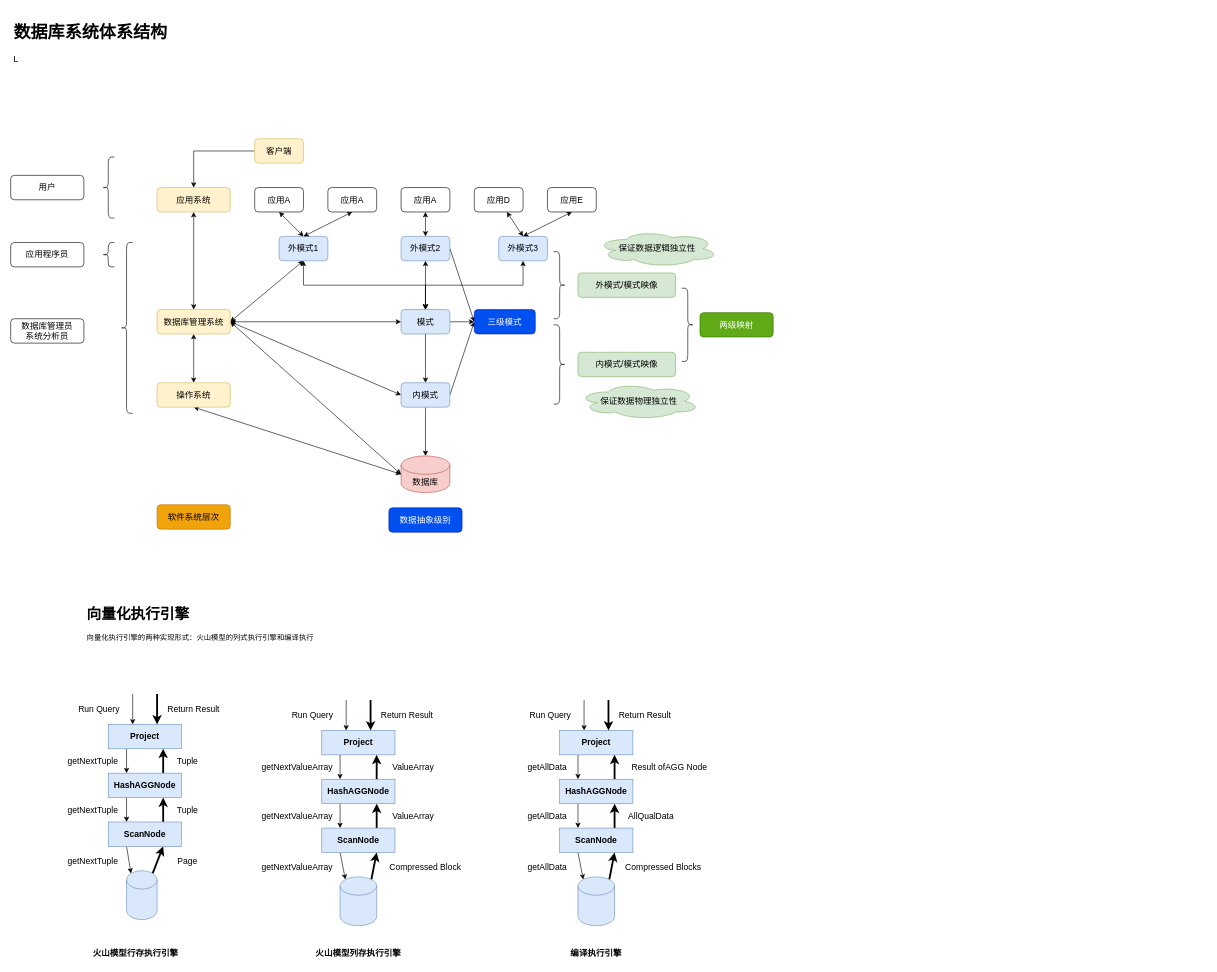
The draw.io diagram page "理论基础" (1 of 10) of Draw.io/DB.drawio in DepInjoy/geektime, before the edit. Source tidied: cells renumbered, new cells numbered last; positions are measured from the earlier drawing's top-left corner, leaving out a move shared by most shapes. Both pictures are drawn from the tidied source at 61%, with x=0, y=0 at pixel (10, 16).
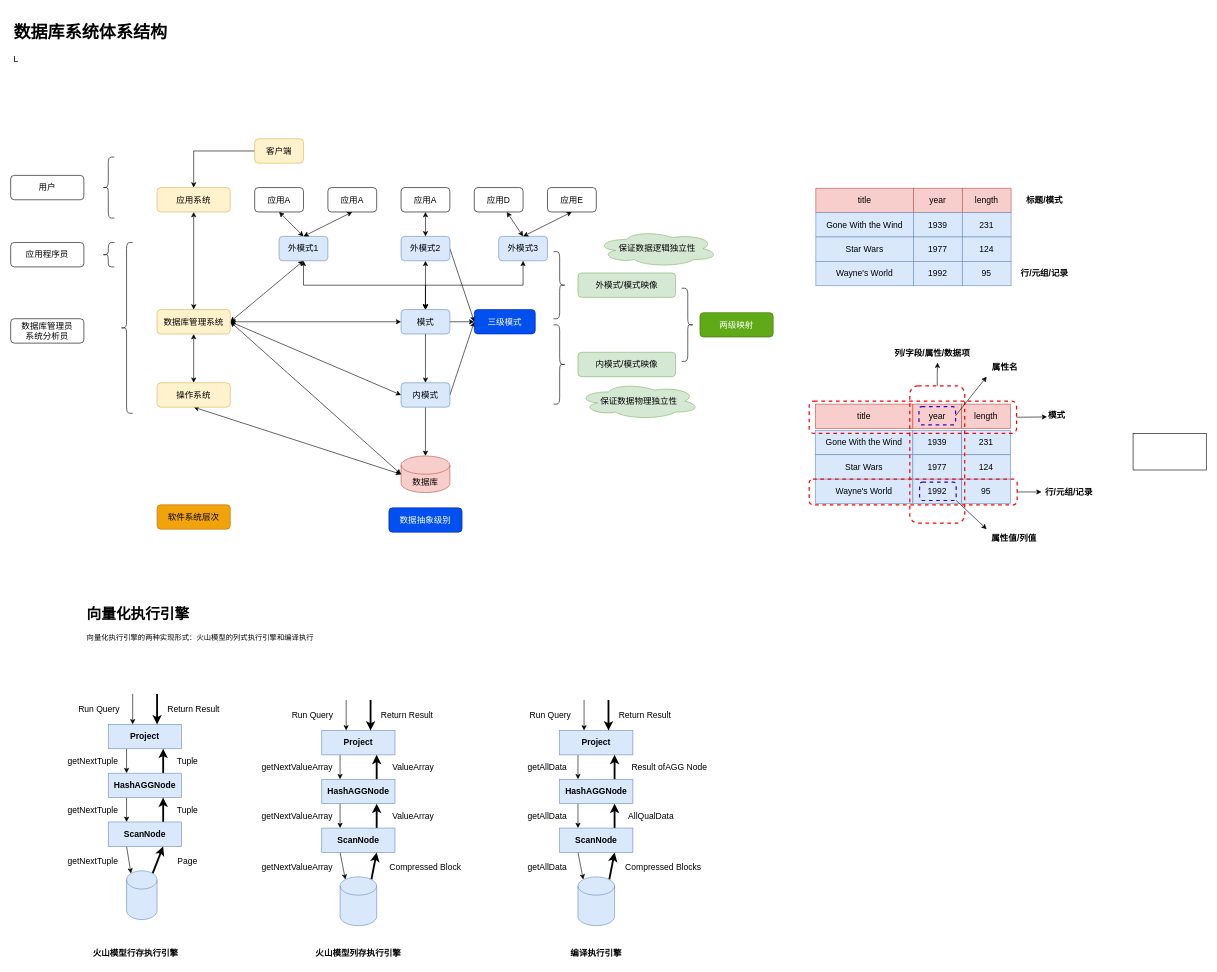
After the change.

Commit message:
关系数据模型示例

What changed in the source:
```diff
@@
+    <mxCell id="120" value="&lt;font style=&quot;font-size: 14px;&quot;&gt;title&lt;/font&gt;" style="rounded=0;whiteSpace=wrap;html=1;fillColor=#f8cecc;strokeColor=#b85450;" parent="1" vertex="1">
+      <mxGeometry x="1320" y="281" width="160" height="40" as="geometry" />
+    </mxCell>
+    <mxCell id="121" value="&lt;font style=&quot;font-size: 14px;&quot;&gt;year&lt;/font&gt;" style="rounded=0;whiteSpace=wrap;html=1;fillColor=#f8cecc;strokeColor=#b85450;" parent="1" vertex="1">
+      <mxGeometry x="1480" y="281" width="80" height="40" as="geometry" />
+    </mxCell>
+    <mxCell id="122" value="&lt;font style=&quot;font-size: 14px;&quot;&gt;length&lt;/font&gt;" style="rounded=0;whiteSpace=wrap;html=1;fillColor=#f8cecc;strokeColor=#b85450;" parent="1" vertex="1">
+      <mxGeometry x="1560" y="281" width="80" height="40" as="geometry" />
+    </mxCell>
+    <mxCell id="123" value="&lt;font style=&quot;font-size: 14px;&quot;&gt;Gone With the Wind&lt;/font&gt;" style="rounded=0;whiteSpace=wrap;html=1;fillColor=#dae8fc;strokeColor=#6c8ebf;" parent="1" vertex="1">
+      <mxGeometry x="1320" y="321" width="160" height="40" as="geometry" />
+    </mxCell>
+    <mxCell id="124" value="&lt;font style=&quot;font-size: 14px;&quot;&gt;1939&lt;/font&gt;" style="rounded=0;whiteSpace=wrap;html=1;fillColor=#dae8fc;strokeColor=#6c8ebf;" parent="1" vertex="1">
+      <mxGeometry x="1480" y="321" width="80" height="40" as="geometry" />
+    </mxCell>
+    <mxCell id="125" value="&lt;font style=&quot;font-size: 14px;&quot;&gt;231&lt;/font&gt;" style="rounded=0;whiteSpace=wrap;html=1;fillColor=#dae8fc;strokeColor=#6c8ebf;" parent="1" vertex="1">
+      <mxGeometry x="1560" y="321" width="80" height="40" as="geometry" />
+    </mxCell>
+    <mxCell id="126" value="&lt;font style=&quot;font-size: 14px;&quot;&gt;Star Wars&lt;/font&gt;" style="rounded=0;whiteSpace=wrap;html=1;fillColor=#dae8fc;strokeColor=#6c8ebf;" parent="1" vertex="1">
+      <mxGeometry x="1320" y="361" width="160" height="40" as="geometry" />
+    </mxCell>
+    <mxCell id="127" value="&lt;font style=&quot;font-size: 14px;&quot;&gt;1977&lt;/font&gt;" style="rounded=0;whiteSpace=wrap;html=1;fillColor=#dae8fc;strokeColor=#6c8ebf;" parent="1" vertex="1">
+      <mxGeometry x="1480" y="361" width="80" height="40" as="geometry" />
+    </mxCell>
+    <mxCell id="128" value="&lt;font style=&quot;font-size: 14px;&quot;&gt;124&lt;/font&gt;" style="rounded=0;whiteSpace=wrap;html=1;fillColor=#dae8fc;strokeColor=#6c8ebf;" parent="1" vertex="1">
+      <mxGeometry x="1560" y="361" width="80" height="40" as="geometry" />
+    </mxCell>
+    <mxCell id="129" value="&lt;font style=&quot;font-size: 14px;&quot;&gt;Wayne's World&lt;/font&gt;" style="rounded=0;whiteSpace=wrap;html=1;fillColor=#dae8fc;strokeColor=#6c8ebf;" parent="1" vertex="1">
+      <mxGeometry x="1320" y="401" width="160" height="40" as="geometry" />
+    </mxCell>
+    <mxCell id="130" value="&lt;font style=&quot;font-size: 14px;&quot;&gt;1992&lt;/font&gt;" style="rounded=0;whiteSpace=wrap;html=1;fillColor=#dae8fc;strokeColor=#6c8ebf;" parent="1" vertex="1">
+      <mxGeometry x="1480" y="401" width="80" height="40" as="geometry" />
+    </mxCell>
+    <mxCell id="131" value="&lt;font style=&quot;font-size: 14px;&quot;&gt;95&lt;/font&gt;" style="rounded=0;whiteSpace=wrap;html=1;fillColor=#dae8fc;strokeColor=#6c8ebf;" parent="1" vertex="1">
+      <mxGeometry x="1560" y="401" width="80" height="40" as="geometry" />
+    </mxCell>
+    <mxCell id="132" value="&lt;b&gt;标题/模式&lt;/b&gt;" style="text;html=1;strokeColor=none;fillColor=none;align=center;verticalAlign=middle;whiteSpace=wrap;rounded=0;fontSize=14;" parent="1" vertex="1">
+      <mxGeometry x="1650" y="286" width="90" height="30" as="geometry" />
+    </mxCell>
+    <mxCell id="133" value="&lt;b&gt;行/元组/记录&lt;/b&gt;" style="text;html=1;strokeColor=none;fillColor=none;align=center;verticalAlign=middle;whiteSpace=wrap;rounded=0;fontSize=14;" parent="1" vertex="1">
+      <mxGeometry x="1650" y="406" width="90" height="30" as="geometry" />
+    </mxCell>
+    <mxCell id="134" value="&lt;font style=&quot;font-size: 14px;&quot;&gt;title&lt;/font&gt;" style="rounded=0;whiteSpace=wrap;html=1;fillColor=#f8cecc;strokeColor=#b85450;" parent="1" vertex="1">
+      <mxGeometry x="1319" y="635" width="160" height="40" as="geometry" />
+    </mxCell>
+    <mxCell id="135" value="&lt;font style=&quot;font-size: 14px;&quot;&gt;year&lt;/font&gt;" style="rounded=0;whiteSpace=wrap;html=1;fillColor=#f8cecc;strokeColor=#b85450;" parent="1" vertex="1">
+      <mxGeometry x="1479" y="635" width="80" height="40" as="geometry" />
+    </mxCell>
+    <mxCell id="136" value="&lt;font style=&quot;font-size: 14px;&quot;&gt;length&lt;/font&gt;" style="rounded=0;whiteSpace=wrap;html=1;fillColor=#f8cecc;strokeColor=#b85450;" parent="1" vertex="1">
+      <mxGeometry x="1559" y="635" width="80" height="40" as="geometry" />
+    </mxCell>
+    <mxCell id="137" value="&lt;font style=&quot;font-size: 14px;&quot;&gt;Gone With the Wind&lt;/font&gt;" style="rounded=0;whiteSpace=wrap;html=1;fillColor=#dae8fc;strokeColor=#6c8ebf;" parent="1" vertex="1">
+      <mxGeometry x="1319" y="678" width="160" height="40" as="geometry" />
+    </mxCell>
+    <mxCell id="138" value="&lt;font style=&quot;font-size: 14px;&quot;&gt;1939&lt;/font&gt;" style="rounded=0;whiteSpace=wrap;html=1;fillColor=#dae8fc;strokeColor=#6c8ebf;" parent="1" vertex="1">
+      <mxGeometry x="1479" y="678" width="80" height="40" as="geometry" />
+    </mxCell>
+    <mxCell id="139" value="&lt;font style=&quot;font-size: 14px;&quot;&gt;231&lt;/font&gt;" style="rounded=0;whiteSpace=wrap;html=1;fillColor=#dae8fc;strokeColor=#6c8ebf;" parent="1" vertex="1">
+      <mxGeometry x="1559" y="678" width="80" height="40" as="geometry" />
+    </mxCell>
+    <mxCell id="140" value="&lt;font style=&quot;font-size: 14px;&quot;&gt;Star Wars&lt;/font&gt;" style="rounded=0;whiteSpace=wrap;html=1;fillColor=#dae8fc;strokeColor=#6c8ebf;" parent="1" vertex="1">
+      <mxGeometry x="1319" y="718" width="160" height="40" as="geometry" />
+    </mxCell>
+    <mxCell id="141" value="&lt;font style=&quot;font-size: 14px;&quot;&gt;1977&lt;/font&gt;" style="rounded=0;whiteSpace=wrap;html=1;fillColor=#dae8fc;strokeColor=#6c8ebf;" parent="1" vertex="1">
+      <mxGeometry x="1479" y="718" width="80" height="40" as="geometry" />
+    </mxCell>
+    <mxCell id="142" value="&lt;font style=&quot;font-size: 14px;&quot;&gt;124&lt;/font&gt;" style="rounded=0;whiteSpace=wrap;html=1;fillColor=#dae8fc;strokeColor=#6c8ebf;" parent="1" vertex="1">
+      <mxGeometry x="1559" y="718" width="80" height="40" as="geometry" />
+    </mxCell>
+    <mxCell id="143" value="&lt;font style=&quot;font-size: 14px;&quot;&gt;Wayne's World&lt;/font&gt;" style="rounded=0;whiteSpace=wrap;html=1;fillColor=#dae8fc;strokeColor=#6c8ebf;" parent="1" vertex="1">
+      <mxGeometry x="1319" y="758" width="160" height="40" as="geometry" />
+    </mxCell>
+    <mxCell id="144" value="&lt;font style=&quot;font-size: 14px;&quot;&gt;1992&lt;/font&gt;" style="rounded=0;whiteSpace=wrap;html=1;fillColor=#dae8fc;strokeColor=#6c8ebf;" parent="1" vertex="1">
+      <mxGeometry x="1479" y="758" width="80" height="40" as="geometry" />
+    </mxCell>
+    <mxCell id="145" value="&lt;font style=&quot;font-size: 14px;&quot;&gt;95&lt;/font&gt;" style="rounded=0;whiteSpace=wrap;html=1;fillColor=#dae8fc;strokeColor=#6c8ebf;" parent="1" vertex="1">
+      <mxGeometry x="1559" y="758" width="80" height="40" as="geometry" />
+    </mxCell>
+    <mxCell id="146" value="&lt;b&gt;模式&lt;/b&gt;" style="text;html=1;strokeColor=none;fillColor=none;align=left;verticalAlign=middle;whiteSpace=wrap;rounded=0;fontSize=14;" parent="1" vertex="1">
+      <mxGeometry x="1699" y="638" width="100" height="31" as="geometry" />
+    </mxCell>
+    <mxCell id="147" value="&lt;b&gt;行/元组/记录&lt;/b&gt;" style="text;html=1;strokeColor=none;fillColor=none;align=center;verticalAlign=middle;whiteSpace=wrap;rounded=0;fontSize=14;" parent="1" vertex="1">
+      <mxGeometry x="1690" y="764" width="90" height="30" as="geometry" />
+    </mxCell>
+    <mxCell id="148" style="edgeStyle=orthogonalEdgeStyle;rounded=0;jettySize=auto;html=1;exitX=1;exitY=0.5;exitDx=0;exitDy=0;fontSize=14;" parent="1" edge="1" source="149">
+      <mxGeometry relative="1" as="geometry">
+        <mxPoint x="1699" y="656" as="targetPoint" />
+      </mxGeometry>
+    </mxCell>
+    <mxCell id="149" style="rounded=1;whiteSpace=wrap;html=1;dashed=1;strokeColor=#FF0000;strokeWidth=2;fontSize=14;fillColor=none;" parent="1" vertex="1">
+      <mxGeometry x="1309" y="630" width="340" height="53" as="geometry" />
+    </mxCell>
+    <mxCell id="150" style="edgeStyle=orthogonalEdgeStyle;rounded=0;jettySize=auto;html=1;entryX=0;entryY=0.5;entryDx=0;entryDy=0;fontSize=14;" parent="1" edge="1" source="151" target="147">
+      <mxGeometry relative="1" as="geometry" />
+    </mxCell>
+    <mxCell id="151" style="rounded=1;whiteSpace=wrap;html=1;dashed=1;strokeColor=#FF0000;strokeWidth=2;fontSize=14;fillColor=none;" parent="1" vertex="1">
+      <mxGeometry x="1309" y="758" width="341" height="42" as="geometry" />
+    </mxCell>
+    <mxCell id="152" style="edgeStyle=orthogonalEdgeStyle;rounded=0;jettySize=auto;html=1;exitX=0.5;exitY=0;exitDx=0;exitDy=0;fontSize=14;" parent="1" edge="1" source="153" target="154">
+      <mxGeometry relative="1" as="geometry" />
+    </mxCell>
+    <mxCell id="153" style="rounded=1;whiteSpace=wrap;html=1;dashed=1;strokeColor=#FF0000;strokeWidth=2;fontSize=14;fillColor=none;" parent="1" vertex="1">
+      <mxGeometry x="1474" y="605" width="90" height="225" as="geometry" />
+    </mxCell>
+    <mxCell id="154" value="&lt;div&gt;&lt;b&gt;列/字段/属性/数据项&lt;/b&gt;&lt;/div&gt;" style="text;html=1;strokeColor=none;fillColor=none;align=left;verticalAlign=middle;whiteSpace=wrap;rounded=0;fontSize=14;" parent="1" vertex="1">
+      <mxGeometry x="1447" y="536" width="145" height="31" as="geometry" />
+    </mxCell>
+    <mxCell id="155" style="rounded=0;jettySize=auto;html=1;exitX=1;exitY=0.5;exitDx=0;exitDy=0;fontSize=14;entryX=0;entryY=1;entryDx=0;entryDy=0;" parent="1" edge="1" source="156" target="157">
+      <mxGeometry relative="1" as="geometry" />
+    </mxCell>
+    <mxCell id="156" style="rounded=1;whiteSpace=wrap;html=1;dashed=1;strokeColor=#3700CC;strokeWidth=2;fontSize=14;fillColor=none;fontColor=#ffffff;" parent="1" vertex="1">
+      <mxGeometry x="1489" y="639" width="60" height="30" as="geometry" />
+    </mxCell>
+    <mxCell id="157" value="&lt;b&gt;属性名&lt;/b&gt;" style="text;html=1;strokeColor=none;fillColor=none;align=center;verticalAlign=middle;whiteSpace=wrap;rounded=0;dashed=1;strokeWidth=2;fontSize=14;" parent="1" vertex="1">
+      <mxGeometry x="1600" y="560" width="60" height="30" as="geometry" />
+    </mxCell>
+    <mxCell id="158" style="rounded=0;jettySize=auto;html=1;exitX=1;exitY=1;exitDx=0;exitDy=0;entryX=0;entryY=0;entryDx=0;entryDy=0;fontSize=14;fontColor=#FF0000;" parent="1" edge="1" source="159" target="160">
+      <mxGeometry relative="1" as="geometry" />
+    </mxCell>
+    <mxCell id="159" style="rounded=1;whiteSpace=wrap;html=1;dashed=1;strokeColor=#3700CC;strokeWidth=2;fontSize=14;fillColor=none;fontColor=#ffffff;" parent="1" vertex="1">
+      <mxGeometry x="1490" y="763" width="60" height="30" as="geometry" />
+    </mxCell>
+    <mxCell id="160" value="&lt;b&gt;属性值/列值&lt;/b&gt;" style="text;html=1;strokeColor=none;fillColor=none;align=center;verticalAlign=middle;whiteSpace=wrap;rounded=0;dashed=1;strokeWidth=2;fontSize=14;" parent="1" vertex="1">
+      <mxGeometry x="1600" y="840" width="90" height="30" as="geometry" />
+    </mxCell>
+    <mxCell id="161" style="rounded=0;whiteSpace=wrap;html=1;strokeColor=#000000;strokeWidth=1;fontSize=14;fontColor=#FF0000;fillColor=none;" parent="1" vertex="1">
+      <mxGeometry x="1840" y="683" width="120" height="60" as="geometry" />
+    </mxCell>
```
